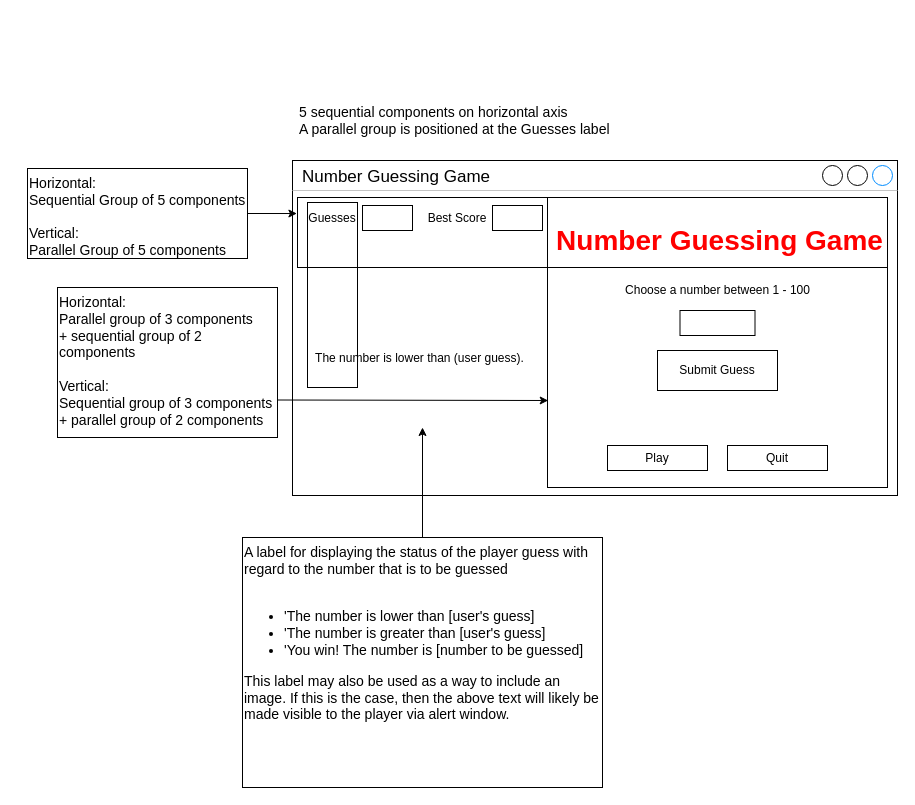
Above: Number Guessing Game/documentation/guessing-game-GUI.drawio in shane-mayo/general-projects (draw.io), before the change. Source tidied: cells renumbered, new cells numbered last; positions are measured from the earlier drawing's top-left corner, leaving out a move shared by most shapes. Both pictures are drawn from the tidied source at 100%, with x=0, y=0 at pixel (27, 97).
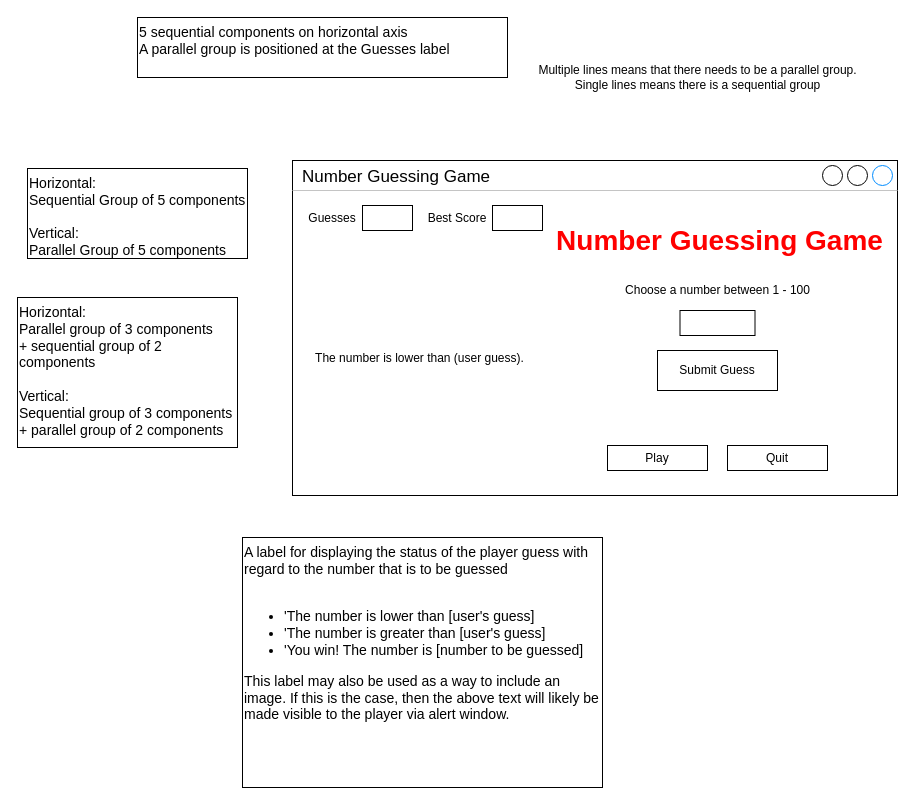
The same page after the edit.

Unchanged cells that the change refers to:
```xml
<mxCell id="19" value="Horizontal:&lt;br&gt;Sequential Group of 5 components&lt;br&gt;&lt;br&gt;Vertical:&lt;br&gt;Parallel Group of 5 components&amp;nbsp;" style="text;html=1;align=left;verticalAlign=top;whiteSpace=wrap;rounded=0;fontSize=14;fillColor=#ffffff;strokeColor=#000000;" parent="17" vertex="1">
  <mxGeometry y="71" width="220" height="90" as="geometry" />
</mxCell>
<mxCell id="26" value="A label for displaying the status of the player guess with regard to the number that is to be guessed&lt;br&gt;&lt;br&gt;&lt;ul&gt;&lt;li&gt;'The number is lower than [user's guess]&lt;/li&gt;&lt;li&gt;'The number is greater than [user's guess]&lt;/li&gt;&lt;li&gt;'You win! The number is [number to be guessed]&lt;/li&gt;&lt;/ul&gt;&lt;div&gt;This label may also be used as a way to include an image. If this is the case, then the above text will likely be made visible to the player via alert window.&lt;/div&gt;" style="text;html=1;align=left;verticalAlign=top;whiteSpace=wrap;rounded=0;fontSize=14;strokeColor=#000000;fillColor=#ffffff;" parent="17" vertex="1">
  <mxGeometry x="215" y="440" width="360" height="250" as="geometry" />
</mxCell>
```

Diff of the diagram source:
```diff
@@
-    <mxCell id="18" style="edgeStyle=none;rounded=0;jumpStyle=none;jettySize=auto;html=1;exitX=1;exitY=0.5;exitDx=0;exitDy=0;entryX=-0.001;entryY=0.229;entryDx=0;entryDy=0;entryPerimeter=0;" parent="17" edge="1" source="19" target="24">
-      <mxGeometry relative="1" as="geometry" />
-    </mxCell>
@@
-    <mxCell id="20" style="edgeStyle=none;rounded=0;jettySize=auto;html=1;exitX=1;exitY=0.75;exitDx=0;exitDy=0;entryX=0.002;entryY=0.7;entryDx=0;entryDy=0;entryPerimeter=0;jumpStyle=none;" parent="17" edge="1" source="21" target="23">
-      <mxGeometry relative="1" as="geometry" />
-    </mxCell>
     <mxCell id="21" value="Horizontal:&lt;br&gt;Parallel group of 3 components&lt;br&gt;+ sequential group of 2 components&lt;br&gt;&lt;br&gt;Vertical:&lt;br&gt;Sequential group of 3 components&lt;br&gt;+ parallel group of 2 components" style="text;html=1;align=left;verticalAlign=top;whiteSpace=wrap;rounded=0;fontSize=14;strokeColor=#000000;fillColor=#ffffff;" parent="17" vertex="1">
-      <mxGeometry x="30" y="190" width="220" height="150" as="geometry" />
+      <mxGeometry x="-10" y="200" width="220" height="150" as="geometry" />
     </mxCell>
-    <mxCell id="22" style="edgeStyle=none;rounded=0;orthogonalLoop=1;jettySize=auto;html=1;exitX=1;exitY=0.5;exitDx=0;exitDy=0;fontSize=14;" parent="17" edge="1" source="21" target="21">
-      <mxGeometry relative="1" as="geometry" />
-    </mxCell>
-    <mxCell id="23" style="rounded=0;whiteSpace=wrap;html=1;fillColor=none;" parent="17" vertex="1">
-      <mxGeometry x="520" y="100" width="340" height="290" as="geometry" />
-    </mxCell>
-    <mxCell id="24" style="rounded=0;whiteSpace=wrap;html=1;fillColor=none;" parent="17" vertex="1">
-      <mxGeometry x="270" y="100" width="590" height="70" as="geometry" />
-    </mxCell>
-    <mxCell id="25" style="edgeStyle=none;rounded=0;jumpStyle=none;jettySize=auto;html=1;exitX=0.5;exitY=0;exitDx=0;exitDy=0;entryX=0.5;entryY=1;entryDx=0;entryDy=0;fontSize=14;" parent="17" edge="1" source="26">
-      <mxGeometry relative="1" as="geometry">
-        <mxPoint x="395" y="330" as="targetPoint" />
-      </mxGeometry>
-    </mxCell>
@@
-    <mxCell id="27" value="5 sequential components on horizontal axis&lt;br&gt;A parallel group is positioned at the Guesses label" style="text;html=1;strokeColor=none;align=left;verticalAlign=top;whiteSpace=wrap;rounded=0;fontSize=14;shadow=0;fillColor=#ffffff;" parent="17" vertex="1">
-      <mxGeometry x="270" width="370" height="60" as="geometry" />
+    <mxCell id="27" value="5 sequential components on horizontal axis&lt;br&gt;A parallel group is positioned at the Guesses label" style="text;html=1;align=left;verticalAlign=top;whiteSpace=wrap;rounded=0;fontSize=14;shadow=0;fillColor=#ffffff;strokeColor=#000000;" parent="17" vertex="1">
+      <mxGeometry x="110" y="-80" width="370" height="60" as="geometry" />
     </mxCell>
-    <mxCell id="28" style="rounded=0;whiteSpace=wrap;html=1;shadow=0;strokeColor=#000000;fillColor=none;gradientColor=none;fontSize=14;align=left;" parent="17" vertex="1">
-      <mxGeometry x="280" y="105" width="50" height="185" as="geometry" />
-    </mxCell>
+    <mxCell id="29" value="Multiple lines means that there needs to be a parallel group.&lt;br&gt;Single lines means there is a sequential group" style="text;html=1;align=center;verticalAlign=middle;" parent="17" vertex="1">
+      <mxGeometry x="505" y="-35" width="330" height="30" as="geometry" />
+    </mxCell>
```
